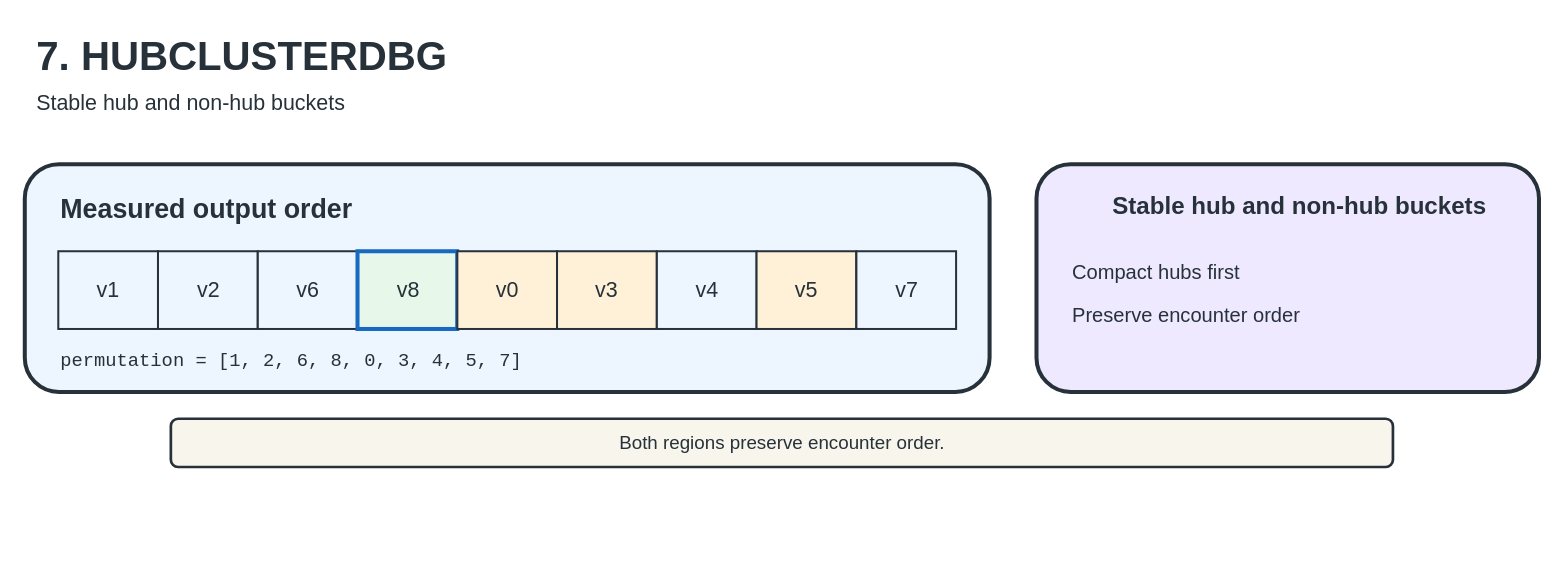
UVA-LavaLab/GraphBrew keeps this draw.io diagram as docs/figures/editable/07-hubclusterdbg.drawio. Above is the earlier version. Source tidied: cells renumbered, new cells numbered last; positions are measured from the earlier drawing's top-left corner, leaving out a move shared by most shapes. Both pictures are drawn from the tidied source at 134%, with x=0, y=0 at pixel (24, 23).
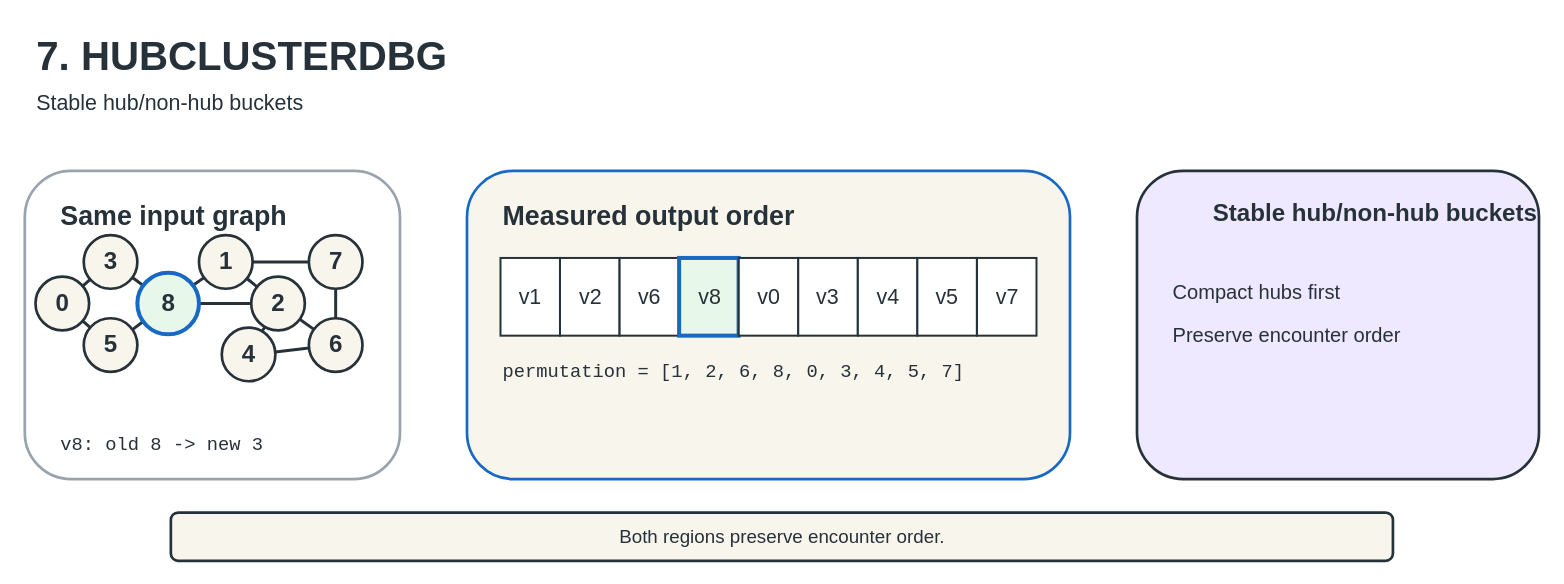
Above is the later version.

The edit, as a diff of the source:
```diff
@@
-    <mxCell id="3" value="Stable hub and non-hub buckets" style="text;html=1;strokeColor=none;fillColor=none;fontSize=16;fontColor=#27313A;" parent="1" vertex="1">
+    <mxCell id="3" value="Stable hub/non-hub buckets" style="text;html=1;strokeColor=none;fillColor=none;fontSize=16;fontColor=#27313A;" parent="1" vertex="1">
       <mxGeometry x="7" y="43" width="1050" height="28" as="geometry" />
     </mxCell>
+    <mxCell id="21" style="rounded=1;html=1;fillColor=#FFFFFF;strokeColor=#9AA3AD;strokeWidth=2;" parent="1" vertex="1">
+      <mxGeometry y="110" width="280" height="230" as="geometry" />
+    </mxCell>
-    <mxCell id="4" style="rounded=1;html=1;fillColor=#EDF5FF;strokeColor=#27313A;strokeWidth=3;" parent="1" vertex="1">
-      <mxGeometry y="105" width="720" height="170" as="geometry" />
+    <mxCell id="4" style="rounded=1;html=1;fillColor=#F8F6EC;strokeColor=#1769C2;strokeWidth=2;" parent="1" vertex="1">
+      <mxGeometry x="330" y="110" width="450" height="230" as="geometry" />
     </mxCell>
-    <mxCell id="5" style="rounded=1;html=1;fillColor=#EEE9FF;strokeColor=#27313A;strokeWidth=3;" parent="1" vertex="1">
-      <mxGeometry x="755" y="105" width="375" height="170" as="geometry" />
+    <mxCell id="5" style="rounded=1;html=1;fillColor=#EEE9FF;strokeColor=#27313A;strokeWidth=2;" parent="1" vertex="1">
+      <mxGeometry x="830" y="110" width="300" height="230" as="geometry" />
     </mxCell>
+    <mxCell id="22" value="Same input graph" style="text;html=1;strokeColor=none;fillColor=none;fontSize=20;fontStyle=1;fontColor=#27313A;" parent="1" vertex="1">
+      <mxGeometry x="25" y="125" width="220" height="35" as="geometry" />
+    </mxCell>
     <mxCell id="6" value="Measured output order" style="text;html=1;strokeColor=none;fillColor=none;fontSize=20;fontStyle=1;fontColor=#27313A;" parent="1" vertex="1">
-      <mxGeometry x="25" y="120" width="300" height="35" as="geometry" />
+      <mxGeometry x="355" y="125" width="300" height="35" as="geometry" />
     </mxCell>
-    <mxCell id="7" value="Stable hub and non-hub buckets" style="text;html=1;strokeColor=none;fillColor=none;fontSize=18;fontStyle=1;fontColor=#27313A;" parent="1" vertex="1">
-      <mxGeometry x="810" y="120" width="300" height="35" as="geometry" />
+    <mxCell id="7" value="Stable hub/non-hub buckets" style="text;html=1;strokeColor=none;fillColor=none;fontSize=18;fontStyle=1;fontColor=#27313A;" parent="1" vertex="1">
+      <mxGeometry x="885" y="125" width="220" height="35" as="geometry" />
     </mxCell>
     <mxCell id="8" value="Both regions preserve encounter order." style="rounded=1;html=1;fillColor=#F8F6EC;strokeColor=#27313A;strokeWidth=2;fontSize=14;fontColor=#27313A;align=center;" parent="1" vertex="1">
-      <mxGeometry x="109" y="295" width="912" height="36" as="geometry" />
+      <mxGeometry x="109" y="365" width="912" height="36" as="geometry" />
     </mxCell>
+    <mxCell id="23" style="endArrow=none;html=1;rounded=0;strokeColor=#27313A;strokeWidth=2.2;" parent="1" edge="1" source="35" target="38">
+      <mxGeometry relative="1" as="geometry" />
+    </mxCell>
+    <mxCell id="24" style="endArrow=none;html=1;rounded=0;strokeColor=#27313A;strokeWidth=2.2;" parent="1" edge="1" source="35" target="40">
+      <mxGeometry relative="1" as="geometry" />
+    </mxCell>
+    <mxCell id="25" style="endArrow=none;html=1;rounded=0;strokeColor=#27313A;strokeWidth=2.2;" parent="1" edge="1" source="38" target="43">
+      <mxGeometry relative="1" as="geometry" />
+    </mxCell>
+    <mxCell id="26" style="endArrow=none;html=1;rounded=0;strokeColor=#27313A;strokeWidth=2.2;" parent="1" edge="1" source="40" target="43">
+      <mxGeometry relative="1" as="geometry" />
+    </mxCell>
+    <mxCell id="27" style="endArrow=none;html=1;rounded=0;strokeColor=#27313A;strokeWidth=2.2;" parent="1" edge="1" source="43" target="36">
+      <mxGeometry relative="1" as="geometry" />
+    </mxCell>
+    <mxCell id="28" style="endArrow=none;html=1;rounded=0;strokeColor=#27313A;strokeWidth=2.2;" parent="1" edge="1" source="43" target="37">
+      <mxGeometry relative="1" as="geometry" />
+    </mxCell>
+    <mxCell id="29" style="endArrow=none;html=1;rounded=0;strokeColor=#27313A;strokeWidth=2.2;" parent="1" edge="1" source="36" target="37">
+      <mxGeometry relative="1" as="geometry" />
+    </mxCell>
+    <mxCell id="30" style="endArrow=none;html=1;rounded=0;strokeColor=#27313A;strokeWidth=2.2;" parent="1" edge="1" source="36" target="42">
+      <mxGeometry relative="1" as="geometry" />
+    </mxCell>
+    <mxCell id="31" style="endArrow=none;html=1;rounded=0;strokeColor=#27313A;strokeWidth=2.2;" parent="1" edge="1" source="37" target="39">
+      <mxGeometry relative="1" as="geometry" />
+    </mxCell>
+    <mxCell id="32" style="endArrow=none;html=1;rounded=0;strokeColor=#27313A;strokeWidth=2.2;" parent="1" edge="1" source="37" target="41">
+      <mxGeometry relative="1" as="geometry" />
+    </mxCell>
+    <mxCell id="33" style="endArrow=none;html=1;rounded=0;strokeColor=#27313A;strokeWidth=2.2;" parent="1" edge="1" source="39" target="41">
+      <mxGeometry relative="1" as="geometry" />
+    </mxCell>
+    <mxCell id="34" style="endArrow=none;html=1;rounded=0;strokeColor=#27313A;strokeWidth=2.2;" parent="1" edge="1" source="41" target="42">
+      <mxGeometry relative="1" as="geometry" />
+    </mxCell>
+    <mxCell id="35" value="0" style="ellipse;html=1;align=center;fillColor=#F8F6EC;strokeColor=#27313A;strokeWidth=2;fontSize=18;fontStyle=1;fontColor=#27313A;" parent="1" vertex="1">
+      <mxGeometry x="8" y="189" width="40" height="40" as="geometry" />
+    </mxCell>
+    <mxCell id="36" value="1" style="ellipse;html=1;align=center;fillColor=#F8F6EC;strokeColor=#27313A;strokeWidth=2;fontSize=18;fontStyle=1;fontColor=#27313A;" parent="1" vertex="1">
+      <mxGeometry x="130" y="158" width="40" height="40" as="geometry" />
+    </mxCell>
+    <mxCell id="37" value="2" style="ellipse;html=1;align=center;fillColor=#F8F6EC;strokeColor=#27313A;strokeWidth=2;fontSize=18;fontStyle=1;fontColor=#27313A;" parent="1" vertex="1">
+      <mxGeometry x="169" y="189" width="40" height="40" as="geometry" />
+    </mxCell>
+    <mxCell id="38" value="3" style="ellipse;html=1;align=center;fillColor=#F8F6EC;strokeColor=#27313A;strokeWidth=2;fontSize=18;fontStyle=1;fontColor=#27313A;" parent="1" vertex="1">
+      <mxGeometry x="44" y="158" width="40" height="40" as="geometry" />
+    </mxCell>
+    <mxCell id="39" value="4" style="ellipse;html=1;align=center;fillColor=#F8F6EC;strokeColor=#27313A;strokeWidth=2;fontSize=18;fontStyle=1;fontColor=#27313A;" parent="1" vertex="1">
+      <mxGeometry x="147" y="227" width="40" height="40" as="geometry" />
+    </mxCell>
+    <mxCell id="40" value="5" style="ellipse;html=1;align=center;fillColor=#F8F6EC;strokeColor=#27313A;strokeWidth=2;fontSize=18;fontStyle=1;fontColor=#27313A;" parent="1" vertex="1">
+      <mxGeometry x="44" y="220" width="40" height="40" as="geometry" />
+    </mxCell>
+    <mxCell id="41" value="6" style="ellipse;html=1;align=center;fillColor=#F8F6EC;strokeColor=#27313A;strokeWidth=2;fontSize=18;fontStyle=1;fontColor=#27313A;" parent="1" vertex="1">
+      <mxGeometry x="212" y="220" width="40" height="40" as="geometry" />
+    </mxCell>
+    <mxCell id="42" value="7" style="ellipse;html=1;align=center;fillColor=#F8F6EC;strokeColor=#27313A;strokeWidth=2;fontSize=18;fontStyle=1;fontColor=#27313A;" parent="1" vertex="1">
+      <mxGeometry x="212" y="158" width="40" height="40" as="geometry" />
+    </mxCell>
+    <mxCell id="43" value="8" style="ellipse;html=1;align=center;fillColor=#E7F7EA;strokeColor=#1769C2;strokeWidth=3;fontSize=18;fontStyle=1;fontColor=#27313A;" parent="1" vertex="1">
+      <mxGeometry x="84" y="186" width="46" height="46" as="geometry" />
+    </mxCell>
+    <mxCell id="44" value="v8: old 8 -&gt; new 3" style="text;html=1;strokeColor=none;fillColor=none;fontSize=14;fontFamily=Consolas;fontColor=#27313A;" parent="1" vertex="1">
+      <mxGeometry x="25" y="300" width="230" height="28" as="geometry" />
+    </mxCell>
-    <mxCell id="9" value="v1" style="rounded=0;html=1;align=center;verticalAlign=middle;fillColor=#EDF5FF;strokeColor=#27313A;strokeWidth=1.5;fontSize=16;fontColor=#27313A;" parent="1" vertex="1">
-      <mxGeometry x="25" y="170" width="74.4" height="58" as="geometry" />
+    <mxCell id="9" value="v1" style="rounded=0;html=1;align=center;verticalAlign=middle;fillColor=#FFFFFF;strokeColor=#27313A;strokeWidth=1.5;fontSize=16;fontColor=#27313A;" parent="1" vertex="1">
+      <mxGeometry x="355" y="175" width="44.4" height="58" as="geometry" />
     </mxCell>
-    <mxCell id="10" value="v2" style="rounded=0;html=1;align=center;verticalAlign=middle;fillColor=#EDF5FF;strokeColor=#27313A;strokeWidth=1.5;fontSize=16;fontColor=#27313A;" parent="1" vertex="1">
-      <mxGeometry x="99.4" y="170" width="74.4" height="58" as="geometry" />
+    <mxCell id="10" value="v2" style="rounded=0;html=1;align=center;verticalAlign=middle;fillColor=#FFFFFF;strokeColor=#27313A;strokeWidth=1.5;fontSize=16;fontColor=#27313A;" parent="1" vertex="1">
+      <mxGeometry x="399.4" y="175" width="44.4" height="58" as="geometry" />
     </mxCell>
-    <mxCell id="11" value="v6" style="rounded=0;html=1;align=center;verticalAlign=middle;fillColor=#EDF5FF;strokeColor=#27313A;strokeWidth=1.5;fontSize=16;fontColor=#27313A;" parent="1" vertex="1">
-      <mxGeometry x="173.9" y="170" width="74.4" height="58" as="geometry" />
+    <mxCell id="11" value="v6" style="rounded=0;html=1;align=center;verticalAlign=middle;fillColor=#FFFFFF;strokeColor=#27313A;strokeWidth=1.5;fontSize=16;fontColor=#27313A;" parent="1" vertex="1">
+      <mxGeometry x="443.9" y="175" width="44.4" height="58" as="geometry" />
     </mxCell>
     <mxCell id="12" value="v8" style="rounded=0;html=1;align=center;verticalAlign=middle;fillColor=#E7F7EA;strokeColor=#1769C2;strokeWidth=3;fontSize=16;fontColor=#27313A;" parent="1" vertex="1">
-      <mxGeometry x="248.3" y="170" width="74.4" height="58" as="geometry" />
+      <mxGeometry x="488.3" y="175" width="44.4" height="58" as="geometry" />
     </mxCell>
-    <mxCell id="13" value="v0" style="rounded=0;html=1;align=center;verticalAlign=middle;fillColor=#FFF0D8;strokeColor=#27313A;strokeWidth=1.5;fontSize=16;fontColor=#27313A;" parent="1" vertex="1">
-      <mxGeometry x="322.8" y="170" width="74.4" height="58" as="geometry" />
+    <mxCell id="13" value="v0" style="rounded=0;html=1;align=center;verticalAlign=middle;fillColor=#FFFFFF;strokeColor=#27313A;strokeWidth=1.5;fontSize=16;fontColor=#27313A;" parent="1" vertex="1">
+      <mxGeometry x="532.8" y="175" width="44.4" height="58" as="geometry" />
     </mxCell>
-    <mxCell id="14" value="v3" style="rounded=0;html=1;align=center;verticalAlign=middle;fillColor=#FFF0D8;strokeColor=#27313A;strokeWidth=1.5;fontSize=16;fontColor=#27313A;" parent="1" vertex="1">
-      <mxGeometry x="397.2" y="170" width="74.4" height="58" as="geometry" />
+    <mxCell id="14" value="v3" style="rounded=0;html=1;align=center;verticalAlign=middle;fillColor=#FFFFFF;strokeColor=#27313A;strokeWidth=1.5;fontSize=16;fontColor=#27313A;" parent="1" vertex="1">
+      <mxGeometry x="577.2" y="175" width="44.4" height="58" as="geometry" />
     </mxCell>
-    <mxCell id="15" value="v4" style="rounded=0;html=1;align=center;verticalAlign=middle;fillColor=#EDF5FF;strokeColor=#27313A;strokeWidth=1.5;fontSize=16;fontColor=#27313A;" parent="1" vertex="1">
-      <mxGeometry x="471.7" y="170" width="74.4" height="58" as="geometry" />
+    <mxCell id="15" value="v4" style="rounded=0;html=1;align=center;verticalAlign=middle;fillColor=#FFFFFF;strokeColor=#27313A;strokeWidth=1.5;fontSize=16;fontColor=#27313A;" parent="1" vertex="1">
+      <mxGeometry x="621.7" y="175" width="44.4" height="58" as="geometry" />
     </mxCell>
-    <mxCell id="16" value="v5" style="rounded=0;html=1;align=center;verticalAlign=middle;fillColor=#FFF0D8;strokeColor=#27313A;strokeWidth=1.5;fontSize=16;fontColor=#27313A;" parent="1" vertex="1">
-      <mxGeometry x="546.1" y="170" width="74.4" height="58" as="geometry" />
+    <mxCell id="16" value="v5" style="rounded=0;html=1;align=center;verticalAlign=middle;fillColor=#FFFFFF;strokeColor=#27313A;strokeWidth=1.5;fontSize=16;fontColor=#27313A;" parent="1" vertex="1">
+      <mxGeometry x="666.1" y="175" width="44.4" height="58" as="geometry" />
     </mxCell>
-    <mxCell id="17" value="v7" style="rounded=0;html=1;align=center;verticalAlign=middle;fillColor=#EDF5FF;strokeColor=#27313A;strokeWidth=1.5;fontSize=16;fontColor=#27313A;" parent="1" vertex="1">
-      <mxGeometry x="620.6" y="170" width="74.4" height="58" as="geometry" />
+    <mxCell id="17" value="v7" style="rounded=0;html=1;align=center;verticalAlign=middle;fillColor=#FFFFFF;strokeColor=#27313A;strokeWidth=1.5;fontSize=16;fontColor=#27313A;" parent="1" vertex="1">
+      <mxGeometry x="710.6" y="175" width="44.4" height="58" as="geometry" />
     </mxCell>
     <mxCell id="18" value="permutation = [1, 2, 6, 8, 0, 3, 4, 5, 7]" style="text;html=1;strokeColor=none;fillColor=none;fontSize=14;fontFamily=Consolas;fontColor=#27313A;" parent="1" vertex="1">
-      <mxGeometry x="25" y="237" width="670" height="28" as="geometry" />
+      <mxGeometry x="355" y="245" width="400" height="28" as="geometry" />
     </mxCell>
     <mxCell id="19" value="Compact hubs first" style="text;html=1;strokeColor=none;fillColor=none;fontSize=15;fontColor=#27313A;" parent="1" vertex="1">
-      <mxGeometry x="780" y="170" width="325" height="28" as="geometry" />
+      <mxGeometry x="855" y="185" width="250" height="28" as="geometry" />
     </mxCell>
     <mxCell id="20" value="Preserve encounter order" style="text;html=1;strokeColor=none;fillColor=none;fontSize=15;fontColor=#27313A;" parent="1" vertex="1">
-      <mxGeometry x="780" y="202" width="325" height="28" as="geometry" />
+      <mxGeometry x="855" y="217" width="250" height="28" as="geometry" />
     </mxCell>
```
